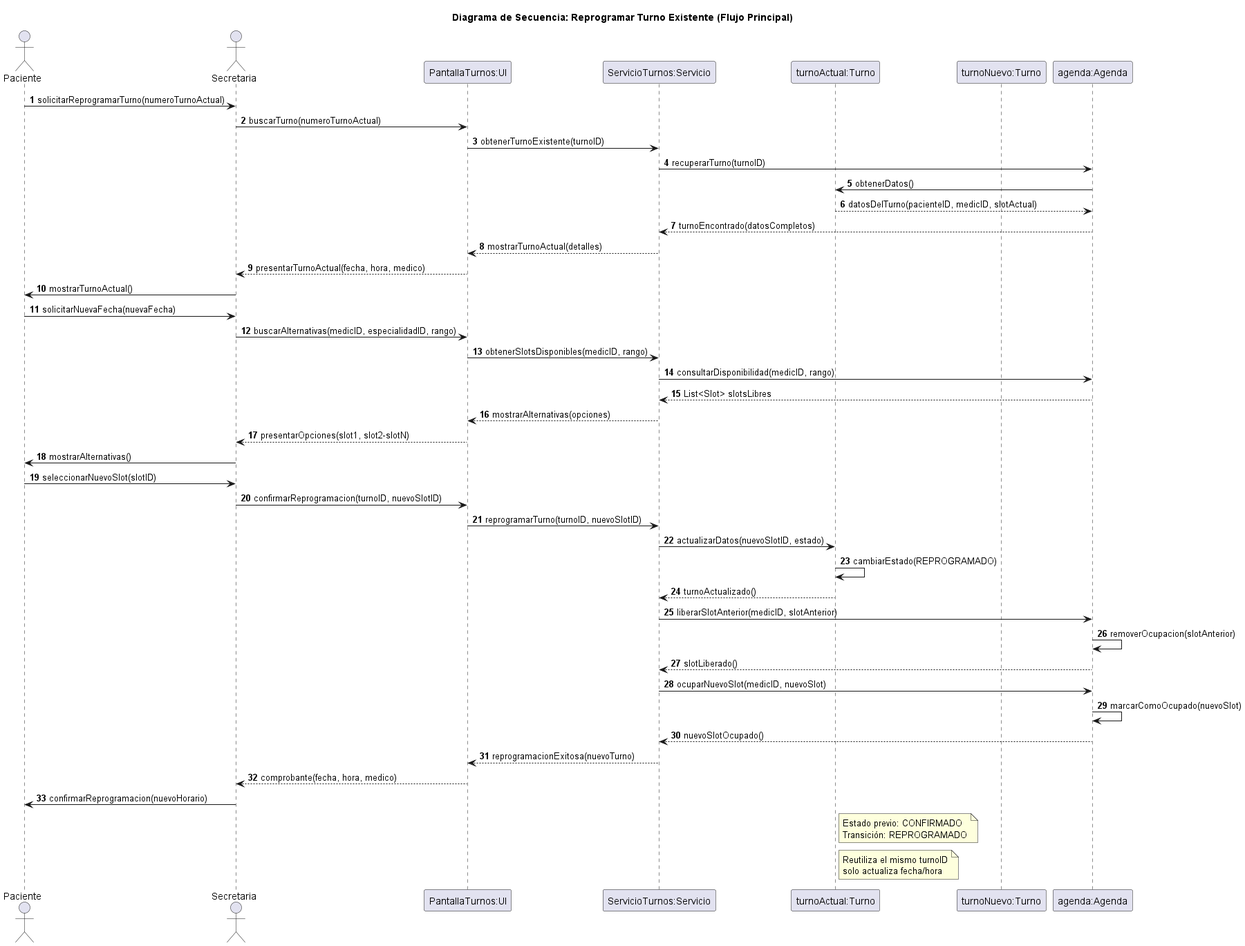
This is diagramas/05-diagramas-secuencia/05-secuencia-reprogramar-turno-flujo-principal-02.png from Purezaamor/SistemaTurnosMedicos, a PlantUML export, as it was before one commit. Its diagram source:
```plantuml
@startuml 05-secuencia-reprogramar-turno-flujo-principal-02
title Diagrama de Secuencia: Reprogramar Turno Existente (Flujo Principal)

actor Paciente
actor Secretaria
participant "PantallaTurnos:UI" as UI
participant "ServicioTurnos:Servicio" as Servicio
participant "turnoActual:Turno" as TurnoAct
participant "turnoNuevo:Turno" as TurnoNuev
participant "agenda:Agenda" as Agenda

autonumber

Paciente -> Secretaria: solicitarReprogramarTurno(numeroTurnoActual)
Secretaria -> UI: buscarTurno(numeroTurnoActual)
UI -> Servicio: obtenerTurnoExistente(turnoID)
Servicio -> Agenda: recuperarTurno(turnoID)
Agenda -> TurnoAct: obtenerDatos()
TurnoAct --> Agenda: datosDelTurno(pacienteID, medicID, slotActual)
Agenda --> Servicio: turnoEncontrado(datosCompletos)
Servicio --> UI: mostrarTurnoActual(detalles)
UI --> Secretaria: presentarTurnoActual(fecha, hora, medico)
Secretaria -> Paciente: mostrarTurnoActual()
Paciente -> Secretaria: solicitarNuevaFecha(nuevaFecha)
Secretaria -> UI: buscarAlternativas(medicID, especialidadID, rango)
UI -> Servicio: obtenerSlotsDisponibles(medicID, rango)
Servicio -> Agenda: consultarDisponibilidad(medicID, rango)
Agenda --> Servicio: List<Slot> slotsLibres
Servicio --> UI: mostrarAlternativas(opciones)
UI --> Secretaria: presentarOpciones(slot1, slot2-slotN)
Secretaria -> Paciente: mostrarAlternativas()
Paciente -> Secretaria: seleccionarNuevoSlot(slotID)
Secretaria -> UI: confirmarReprogramacion(turnoID, nuevoSlotID)
UI -> Servicio: reprogramarTurno(turnoID, nuevoSlotID)
Servicio -> TurnoAct: actualizarDatos(nuevoSlotID, estado)
TurnoAct -> TurnoAct: cambiarEstado(REPROGRAMADO)
TurnoAct --> Servicio: turnoActualizado()
Servicio -> Agenda: liberarSlotAnterior(medicID, slotAnterior)
Agenda -> Agenda: removerOcupacion(slotAnterior)
Agenda --> Servicio: slotLiberado()
Servicio -> Agenda: ocuparNuevoSlot(medicID, nuevoSlot)
Agenda -> Agenda: marcarComoOcupado(nuevoSlot)
Agenda --> Servicio: nuevoSlotOcupado()
Servicio --> UI: reprogramacionExitosa(nuevoTurno)
UI --> Secretaria: comprobante(fecha, hora, medico)
Secretaria -> Paciente: confirmarReprogramacion(nuevoHorario)

note right of TurnoAct
  Estado previo: CONFIRMADO
  Transición: REPROGRAMADO
end note

note right of TurnoAct
  Reutiliza el mismo turnoID
  solo actualiza fecha/hora
end note

@enduml
```
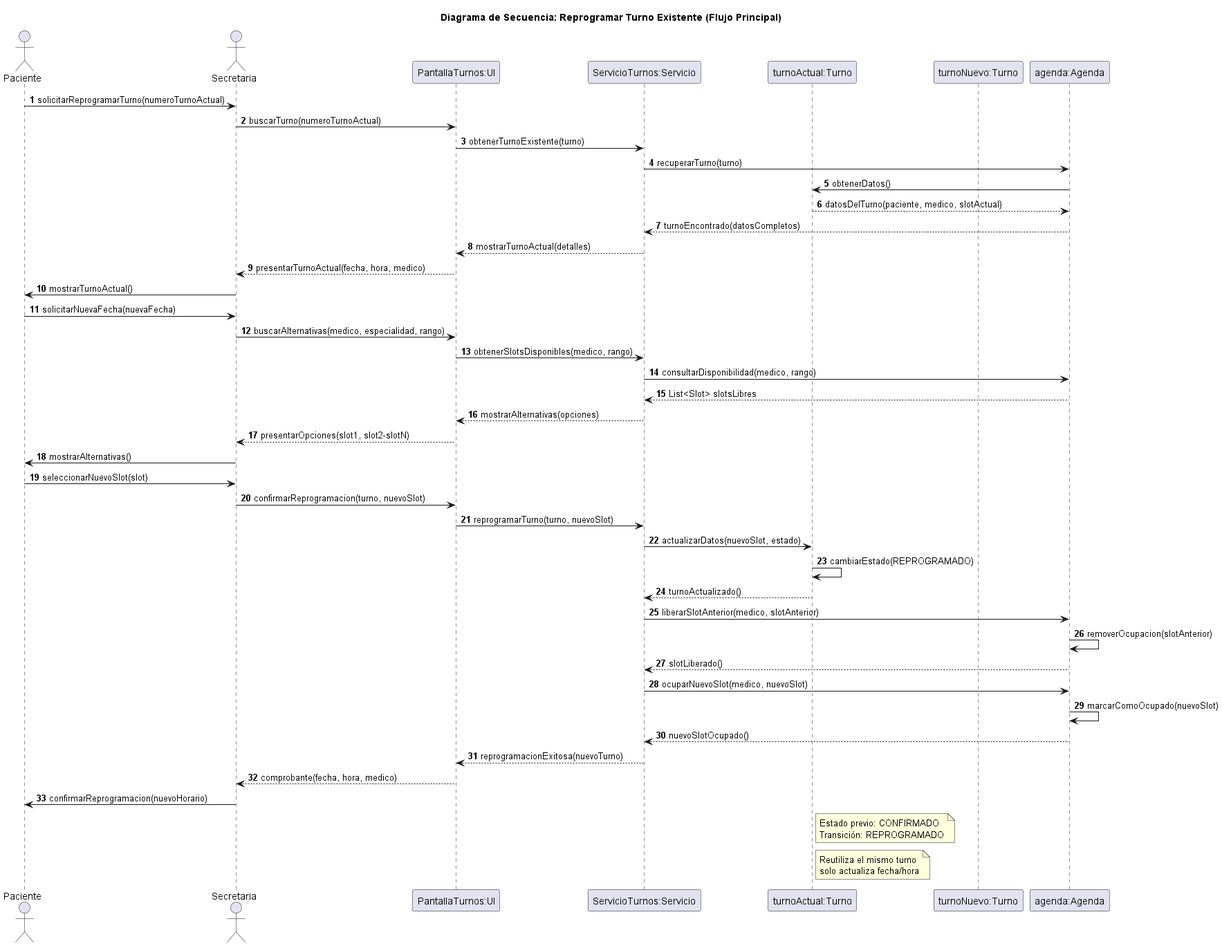
Later version of the same file.

Diff of the diagram source:
```diff
@@ -13,32 +13,32 @@
 
 Paciente -> Secretaria: solicitarReprogramarTurno(numeroTurnoActual)
 Secretaria -> UI: buscarTurno(numeroTurnoActual)
-UI -> Servicio: obtenerTurnoExistente(turnoID)
-Servicio -> Agenda: recuperarTurno(turnoID)
+UI -> Servicio: obtenerTurnoExistente(turno)
+Servicio -> Agenda: recuperarTurno(turno)
 Agenda -> TurnoAct: obtenerDatos()
-TurnoAct --> Agenda: datosDelTurno(pacienteID, medicID, slotActual)
+TurnoAct --> Agenda: datosDelTurno(paciente, medico, slotActual)
 Agenda --> Servicio: turnoEncontrado(datosCompletos)
 Servicio --> UI: mostrarTurnoActual(detalles)
 UI --> Secretaria: presentarTurnoActual(fecha, hora, medico)
 Secretaria -> Paciente: mostrarTurnoActual()
 Paciente -> Secretaria: solicitarNuevaFecha(nuevaFecha)
-Secretaria -> UI: buscarAlternativas(medicID, especialidadID, rango)
-UI -> Servicio: obtenerSlotsDisponibles(medicID, rango)
-Servicio -> Agenda: consultarDisponibilidad(medicID, rango)
+Secretaria -> UI: buscarAlternativas(medico, especialidad, rango)
+UI -> Servicio: obtenerSlotsDisponibles(medico, rango)
+Servicio -> Agenda: consultarDisponibilidad(medico, rango)
 Agenda --> Servicio: List<Slot> slotsLibres
 Servicio --> UI: mostrarAlternativas(opciones)
 UI --> Secretaria: presentarOpciones(slot1, slot2-slotN)
 Secretaria -> Paciente: mostrarAlternativas()
-Paciente -> Secretaria: seleccionarNuevoSlot(slotID)
-Secretaria -> UI: confirmarReprogramacion(turnoID, nuevoSlotID)
-UI -> Servicio: reprogramarTurno(turnoID, nuevoSlotID)
-Servicio -> TurnoAct: actualizarDatos(nuevoSlotID, estado)
+Paciente -> Secretaria: seleccionarNuevoSlot(slot)
+Secretaria -> UI: confirmarReprogramacion(turno, nuevoSlot)
+UI -> Servicio: reprogramarTurno(turno, nuevoSlot)
+Servicio -> TurnoAct: actualizarDatos(nuevoSlot, estado)
 TurnoAct -> TurnoAct: cambiarEstado(REPROGRAMADO)
 TurnoAct --> Servicio: turnoActualizado()
-Servicio -> Agenda: liberarSlotAnterior(medicID, slotAnterior)
+Servicio -> Agenda: liberarSlotAnterior(medico, slotAnterior)
 Agenda -> Agenda: removerOcupacion(slotAnterior)
 Agenda --> Servicio: slotLiberado()
-Servicio -> Agenda: ocuparNuevoSlot(medicID, nuevoSlot)
+Servicio -> Agenda: ocuparNuevoSlot(medico, nuevoSlot)
 Agenda -> Agenda: marcarComoOcupado(nuevoSlot)
 Agenda --> Servicio: nuevoSlotOcupado()
 Servicio --> UI: reprogramacionExitosa(nuevoTurno)
@@ -51,7 +51,7 @@
 end note
 
 note right of TurnoAct
-  Reutiliza el mismo turnoID
+  Reutiliza el mismo turno
   solo actualiza fecha/hora
 end note
 
```
